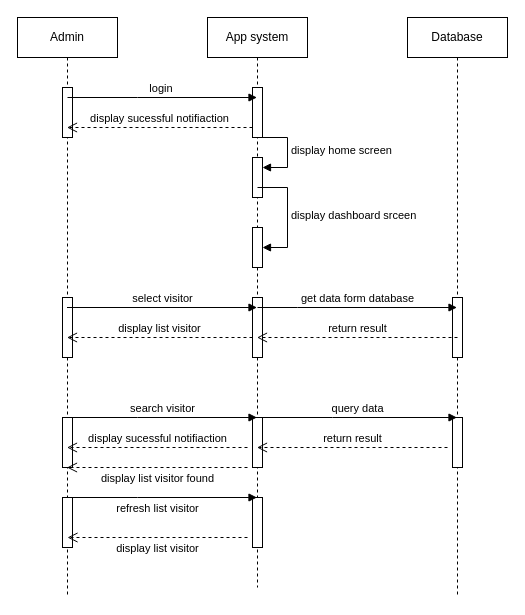
The draw.io diagram diagram/Sequence Diagram 3.drawio in duongminhthanh/app_system_management_visitor_for_old_aparment, before the edit. Source tidied: cells renumbered, new cells numbered last; positions are measured from the earlier drawing's top-left corner, leaving out a move shared by most shapes. Both pictures are drawn from the tidied source at 100%, with x=0, y=0 at pixel (17, 17).
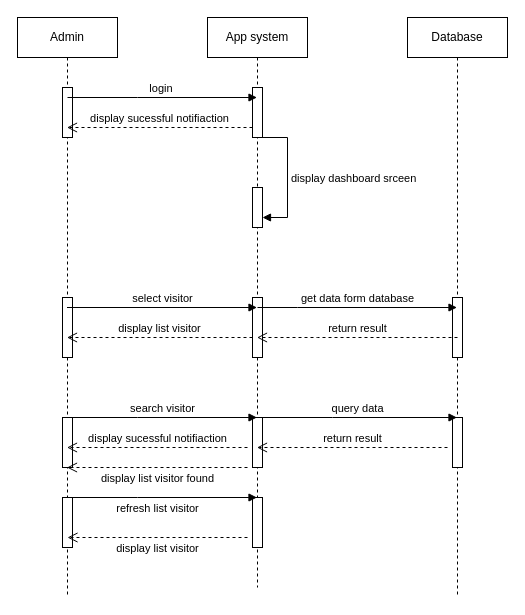
After the change.

The change refers to these unchanged cells:
```xml
<mxCell id="7" value="App system" style="shape=umlLifeline;perimeter=lifelinePerimeter;whiteSpace=wrap;html=1;outlineConnect=0;portConstraint=eastwest;newEdgeStyle={&quot;edgeStyle&quot;:&quot;elbowEdgeStyle&quot;,&quot;elbow&quot;:&quot;vertical&quot;,&quot;curved&quot;:0,&quot;rounded&quot;:0};" parent="1" vertex="1">
  <mxGeometry x="190" width="100" height="570" as="geometry" />
</mxCell>
<mxCell id="8" style="html=1;points=[];perimeter=orthogonalPerimeter;outlineConnect=0;targetShapes=umlLifeline;portConstraint=eastwest;newEdgeStyle={&quot;edgeStyle&quot;:&quot;elbowEdgeStyle&quot;,&quot;elbow&quot;:&quot;vertical&quot;,&quot;curved&quot;:0,&quot;rounded&quot;:0};" parent="7" vertex="1">
  <mxGeometry x="45" y="70" width="10" height="50" as="geometry" />
</mxCell>
```

Change to the diagram source:
```diff
@@
-    <mxCell id="9" style="html=1;points=[];perimeter=orthogonalPerimeter;outlineConnect=0;targetShapes=umlLifeline;portConstraint=eastwest;newEdgeStyle={&quot;edgeStyle&quot;:&quot;elbowEdgeStyle&quot;,&quot;elbow&quot;:&quot;vertical&quot;,&quot;curved&quot;:0,&quot;rounded&quot;:0};" parent="7" vertex="1">
-      <mxGeometry x="45" y="140" width="10" height="40" as="geometry" />
-    </mxCell>
-    <mxCell id="10" value="display home screen" style="html=1;align=left;spacingLeft=2;endArrow=block;rounded=0;edgeStyle=orthogonalEdgeStyle;curved=0;rounded=0;" parent="7" edge="1" target="9">
-      <mxGeometry relative="1" as="geometry">
-        <mxPoint x="50" y="120" as="sourcePoint" />
-        <Array as="points">
-          <mxPoint x="80" y="150" />
-        </Array>
-      </mxGeometry>
-    </mxCell>
     <mxCell id="11" style="html=1;points=[];perimeter=orthogonalPerimeter;outlineConnect=0;targetShapes=umlLifeline;portConstraint=eastwest;newEdgeStyle={&quot;edgeStyle&quot;:&quot;elbowEdgeStyle&quot;,&quot;elbow&quot;:&quot;vertical&quot;,&quot;curved&quot;:0,&quot;rounded&quot;:0};" parent="7" vertex="1">
-      <mxGeometry x="45" y="210" width="10" height="40" as="geometry" />
+      <mxGeometry x="45" y="170" width="10" height="40" as="geometry" />
     </mxCell>
-    <mxCell id="12" value="display dashboard srceen" style="html=1;align=left;spacingLeft=2;endArrow=block;rounded=0;edgeStyle=orthogonalEdgeStyle;curved=0;rounded=0;" parent="7" edge="1" target="11">
+    <mxCell id="12" value="display dashboard srceen" style="html=1;align=left;spacingLeft=2;endArrow=block;rounded=0;edgeStyle=orthogonalEdgeStyle;curved=0;rounded=0;" parent="7" edge="1" source="8" target="11">
       <mxGeometry x="0.01" relative="1" as="geometry">
-        <mxPoint x="50" y="170" as="sourcePoint" />
         <Array as="points">
-          <mxPoint x="80" y="170" />
-          <mxPoint x="80" y="230" />
+          <mxPoint x="80" y="120" />
+          <mxPoint x="80" y="200" />
         </Array>
       </mxGeometry>
     </mxCell>
```
